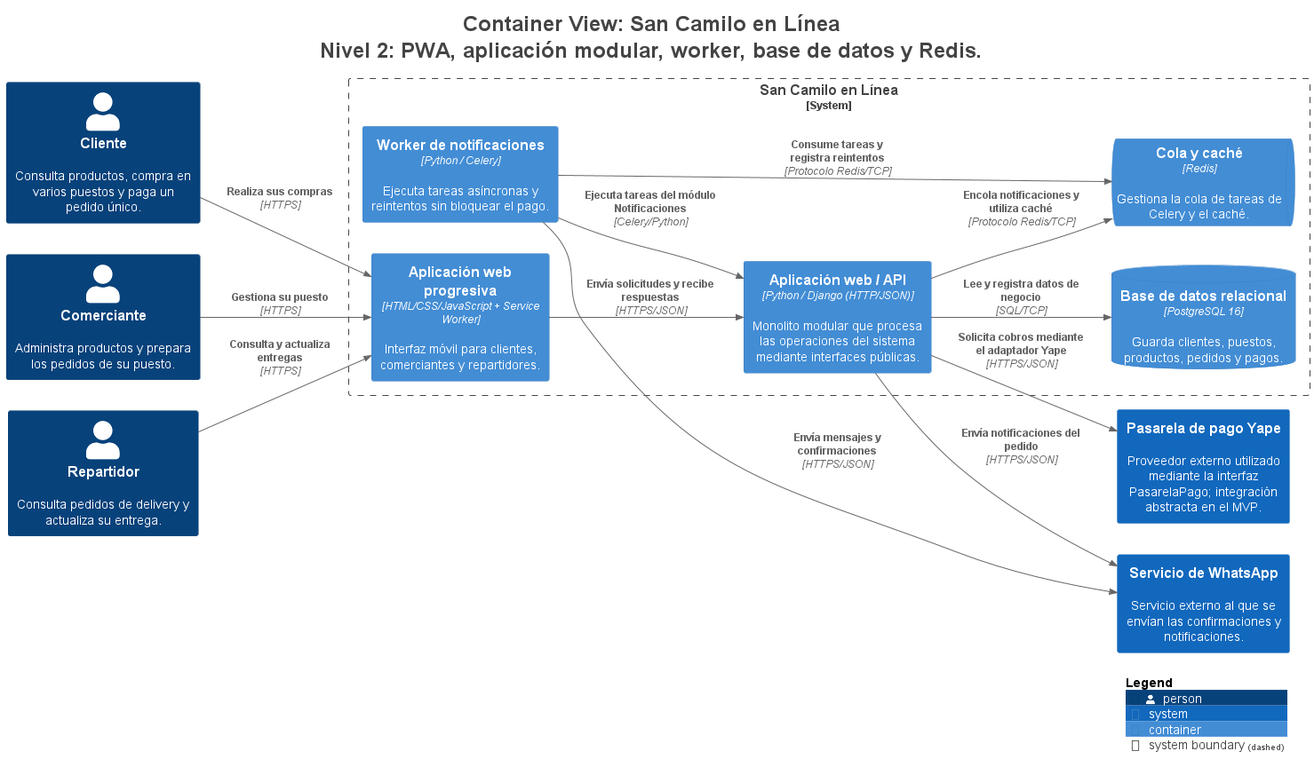
Above: docs/architecture/c4/img/Contenedores.png in paredes1234/cs-2026b-lab04-grupo07 (PlantUML), before the change. The source it was exported from:
```plantuml
@startuml
title <size:24>Container View: San Camilo en Línea</size>\n<size:24>Nivel 2: PWA, aplicación modular, worker, base de datos y Redis.</size>

set separator none
left to right direction

<style>
  root {
    BackgroundColor: #ffffff
    FontColor: #444444
  }
</style>

!include <C4/C4>
!include <C4/C4_Context>
!include <C4/C4_Container>

Person(Cliente, "Cliente", $descr="Consulta productos, compra en varios puestos y paga un pedido único.", $tags="", $link="")
Person(Comerciante, "Comerciante", $descr="Administra productos y prepara los pedidos de su puesto.", $tags="", $link="")
Person(Repartidor, "Repartidor", $descr="Consulta pedidos de delivery y actualiza su entrega.", $tags="", $link="")
System(PasareladepagoYape, "Pasarela de pago Yape", $descr="Proveedor externo utilizado mediante la interfaz PasarelaPago; integración abstracta en el MVP.", $tags="", $link="")
System(ServiciodeWhatsApp, "Servicio de WhatsApp", $descr="Servicio externo al que se envían las confirmaciones y notificaciones.", $tags="", $link="")

System_Boundary("SanCamiloenLínea_boundary", "San Camilo en Línea", $tags="") {
  Container(SanCamiloenLínea.Workerdenotificaciones, "Worker de notificaciones", $techn="Python / Celery", $descr="Ejecuta tareas asíncronas y reintentos sin bloquear el pago.", $tags="", $link="")
  ContainerDb(SanCamiloenLínea.Basededatosrelacional, "Base de datos relacional", $techn="PostgreSQL 16", $descr="Guarda clientes, puestos, productos, pedidos y pagos.", $tags="", $link="")
  ContainerQueue(SanCamiloenLínea.Colaycaché, "Cola y caché", $techn="Redis", $descr="Gestiona la cola de tareas de Celery y el caché.", $tags="", $link="")
  Container(SanCamiloenLínea.Aplicaciónwebprogresiva, "Aplicación web progresiva", $techn="HTML/CSS/JavaScript + Service Worker", $descr="Interfaz móvil para clientes, comerciantes y repartidores.", $tags="", $link="")
  Container(SanCamiloenLínea.AplicaciónwebAPI, "Aplicación web / API", $techn="Python / Django (HTTP/JSON)", $descr="Monolito modular que procesa las operaciones del sistema mediante interfaces públicas.", $tags="", $link="")
}

Rel(Cliente, SanCamiloenLínea.Aplicaciónwebprogresiva, "Realiza sus compras", $techn="HTTPS", $tags="", $link="")
Rel(Comerciante, SanCamiloenLínea.Aplicaciónwebprogresiva, "Gestiona su puesto", $techn="HTTPS", $tags="", $link="")
Rel(Repartidor, SanCamiloenLínea.Aplicaciónwebprogresiva, "Consulta y actualiza entregas", $techn="HTTPS", $tags="", $link="")
Rel(SanCamiloenLínea.Aplicaciónwebprogresiva, SanCamiloenLínea.AplicaciónwebAPI, "Envía solicitudes y recibe respuestas", $techn="HTTPS/JSON", $tags="", $link="")
Rel(SanCamiloenLínea.AplicaciónwebAPI, SanCamiloenLínea.Basededatosrelacional, "Lee y registra datos de negocio", $techn="SQL/TCP", $tags="", $link="")
Rel(SanCamiloenLínea.AplicaciónwebAPI, SanCamiloenLínea.Colaycaché, "Encola notificaciones y utiliza caché", $techn="Protocolo Redis/TCP", $tags="", $link="")
Rel(SanCamiloenLínea.Workerdenotificaciones, SanCamiloenLínea.Colaycaché, "Consume tareas y registra reintentos", $techn="Protocolo Redis/TCP", $tags="", $link="")
Rel(SanCamiloenLínea.Workerdenotificaciones, ServiciodeWhatsApp, "Envía mensajes y confirmaciones", $techn="HTTPS/JSON", $tags="", $link="")
Rel(SanCamiloenLínea.AplicaciónwebAPI, PasareladepagoYape, "Solicita cobros mediante el adaptador Yape", $techn="HTTPS/JSON", $tags="", $link="")
Rel(SanCamiloenLínea.Workerdenotificaciones, SanCamiloenLínea.AplicaciónwebAPI, "Ejecuta tareas del módulo Notificaciones", $techn="Celery/Python", $tags="", $link="")
Rel(SanCamiloenLínea.AplicaciónwebAPI, ServiciodeWhatsApp, "Envía notificaciones del pedido", $techn="HTTPS/JSON", $tags="", $link="")

SHOW_LEGEND(true)
hide stereotypes
@enduml
```
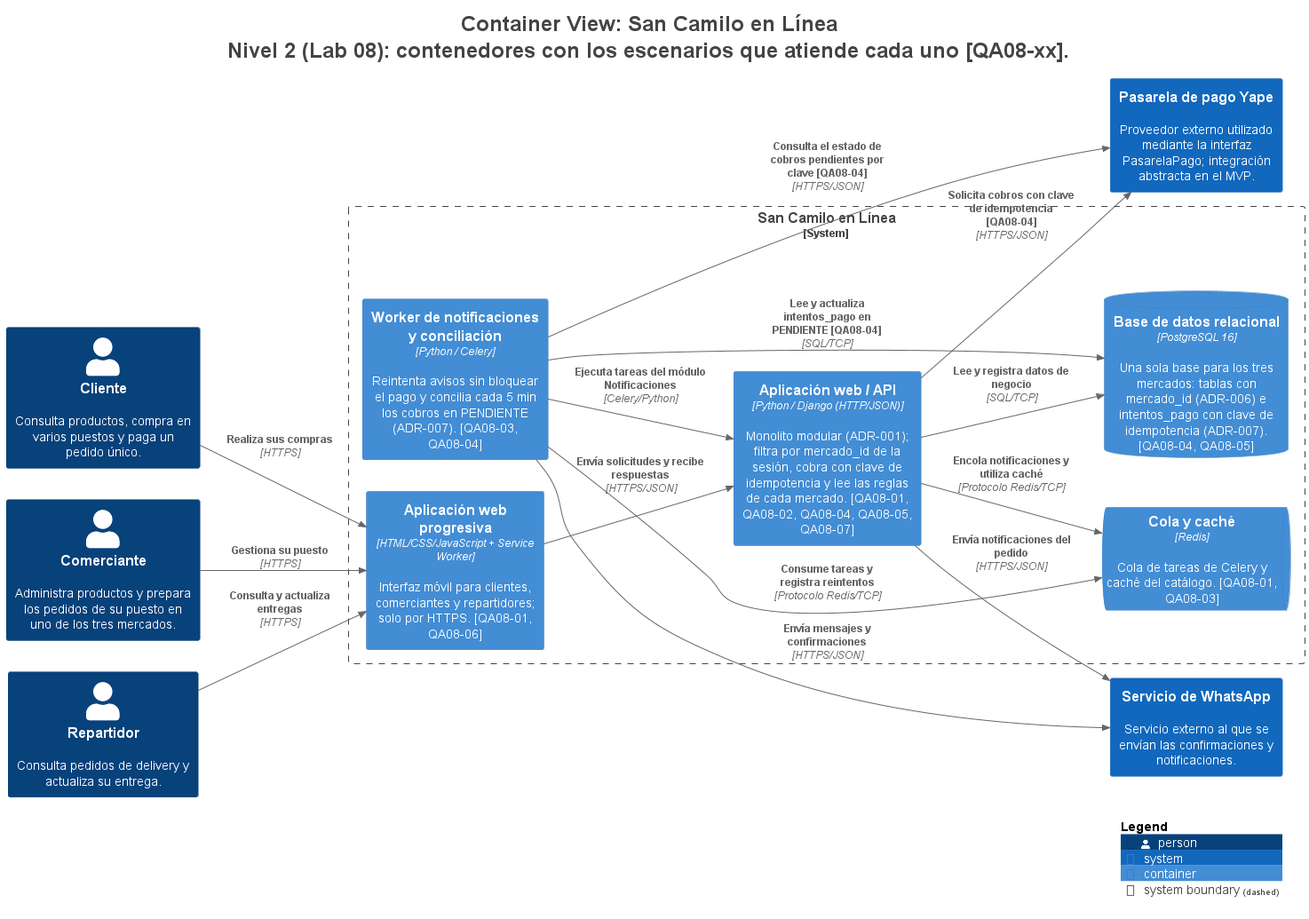
The same file after the commit.

The edit, as a diff of the source:
```diff
@@ -1,5 +1,5 @@
 @startuml
-title <size:24>Container View: San Camilo en Línea</size>\n<size:24>Nivel 2: PWA, aplicación modular, worker, base de datos y Redis.</size>
+title <size:24>Container View: San Camilo en Línea</size>\n<size:24>Nivel 2 (Lab 08): contenedores con los escenarios que atiende cada uno [QA08-xx].</size>
 
 set separator none
 left to right direction
@@ -16,17 +16,17 @@
 !include <C4/C4_Container>
 
 Person(Cliente, "Cliente", $descr="Consulta productos, compra en varios puestos y paga un pedido único.", $tags="", $link="")
-Person(Comerciante, "Comerciante", $descr="Administra productos y prepara los pedidos de su puesto.", $tags="", $link="")
+Person(Comerciante, "Comerciante", $descr="Administra productos y prepara los pedidos de su puesto en uno de los tres mercados.", $tags="", $link="")
 Person(Repartidor, "Repartidor", $descr="Consulta pedidos de delivery y actualiza su entrega.", $tags="", $link="")
 System(PasareladepagoYape, "Pasarela de pago Yape", $descr="Proveedor externo utilizado mediante la interfaz PasarelaPago; integración abstracta en el MVP.", $tags="", $link="")
 System(ServiciodeWhatsApp, "Servicio de WhatsApp", $descr="Servicio externo al que se envían las confirmaciones y notificaciones.", $tags="", $link="")
 
 System_Boundary("SanCamiloenLínea_boundary", "San Camilo en Línea", $tags="") {
-  Container(SanCamiloenLínea.Workerdenotificaciones, "Worker de notificaciones", $techn="Python / Celery", $descr="Ejecuta tareas asíncronas y reintentos sin bloquear el pago.", $tags="", $link="")
-  ContainerDb(SanCamiloenLínea.Basededatosrelacional, "Base de datos relacional", $techn="PostgreSQL 16", $descr="Guarda clientes, puestos, productos, pedidos y pagos.", $tags="", $link="")
-  ContainerQueue(SanCamiloenLínea.Colaycaché, "Cola y caché", $techn="Redis", $descr="Gestiona la cola de tareas de Celery y el caché.", $tags="", $link="")
-  Container(SanCamiloenLínea.Aplicaciónwebprogresiva, "Aplicación web progresiva", $techn="HTML/CSS/JavaScript + Service Worker", $descr="Interfaz móvil para clientes, comerciantes y repartidores.", $tags="", $link="")
-  Container(SanCamiloenLínea.AplicaciónwebAPI, "Aplicación web / API", $techn="Python / Django (HTTP/JSON)", $descr="Monolito modular que procesa las operaciones del sistema mediante interfaces públicas.", $tags="", $link="")
+  Container(SanCamiloenLínea.Workerdenotificacionesyconciliación, "Worker de notificaciones y conciliación", $techn="Python / Celery", $descr="Reintenta avisos sin bloquear el pago y concilia cada 5 min los cobros en PENDIENTE (ADR-007). [QA08-03, QA08-04]", $tags="", $link="")
+  ContainerDb(SanCamiloenLínea.Basededatosrelacional, "Base de datos relacional", $techn="PostgreSQL 16", $descr="Una sola base para los tres mercados: tablas con mercado_id (ADR-006) e intentos_pago con clave de idempotencia (ADR-007). [QA08-04, QA08-05]", $tags="", $link="")
+  ContainerQueue(SanCamiloenLínea.Colaycaché, "Cola y caché", $techn="Redis", $descr="Cola de tareas de Celery y caché del catálogo. [QA08-01, QA08-03]", $tags="", $link="")
+  Container(SanCamiloenLínea.Aplicaciónwebprogresiva, "Aplicación web progresiva", $techn="HTML/CSS/JavaScript + Service Worker", $descr="Interfaz móvil para clientes, comerciantes y repartidores; solo por HTTPS. [QA08-01, QA08-06]", $tags="", $link="")
+  Container(SanCamiloenLínea.AplicaciónwebAPI, "Aplicación web / API", $techn="Python / Django (HTTP/JSON)", $descr="Monolito modular (ADR-001); filtra por mercado_id de la sesión, cobra con clave de idempotencia y lee las reglas de cada mercado. [QA08-01, QA08-02, QA08-04, QA08-05, QA08-07]", $tags="", $link="")
 }
 
 Rel(Cliente, SanCamiloenLínea.Aplicaciónwebprogresiva, "Realiza sus compras", $techn="HTTPS", $tags="", $link="")
@@ -35,10 +35,12 @@
 Rel(SanCamiloenLínea.Aplicaciónwebprogresiva, SanCamiloenLínea.AplicaciónwebAPI, "Envía solicitudes y recibe respuestas", $techn="HTTPS/JSON", $tags="", $link="")
 Rel(SanCamiloenLínea.AplicaciónwebAPI, SanCamiloenLínea.Basededatosrelacional, "Lee y registra datos de negocio", $techn="SQL/TCP", $tags="", $link="")
 Rel(SanCamiloenLínea.AplicaciónwebAPI, SanCamiloenLínea.Colaycaché, "Encola notificaciones y utiliza caché", $techn="Protocolo Redis/TCP", $tags="", $link="")
-Rel(SanCamiloenLínea.Workerdenotificaciones, SanCamiloenLínea.Colaycaché, "Consume tareas y registra reintentos", $techn="Protocolo Redis/TCP", $tags="", $link="")
-Rel(SanCamiloenLínea.Workerdenotificaciones, ServiciodeWhatsApp, "Envía mensajes y confirmaciones", $techn="HTTPS/JSON", $tags="", $link="")
-Rel(SanCamiloenLínea.AplicaciónwebAPI, PasareladepagoYape, "Solicita cobros mediante el adaptador Yape", $techn="HTTPS/JSON", $tags="", $link="")
-Rel(SanCamiloenLínea.Workerdenotificaciones, SanCamiloenLínea.AplicaciónwebAPI, "Ejecuta tareas del módulo Notificaciones", $techn="Celery/Python", $tags="", $link="")
+Rel(SanCamiloenLínea.Workerdenotificacionesyconciliación, SanCamiloenLínea.Colaycaché, "Consume tareas y registra reintentos", $techn="Protocolo Redis/TCP", $tags="", $link="")
+Rel(SanCamiloenLínea.Workerdenotificacionesyconciliación, ServiciodeWhatsApp, "Envía mensajes y confirmaciones", $techn="HTTPS/JSON", $tags="", $link="")
+Rel(SanCamiloenLínea.AplicaciónwebAPI, PasareladepagoYape, "Solicita cobros con clave de idempotencia [QA08-04]", $techn="HTTPS/JSON", $tags="", $link="")
+Rel(SanCamiloenLínea.Workerdenotificacionesyconciliación, SanCamiloenLínea.Basededatosrelacional, "Lee y actualiza intentos_pago en PENDIENTE [QA08-04]", $techn="SQL/TCP", $tags="", $link="")
+Rel(SanCamiloenLínea.Workerdenotificacionesyconciliación, PasareladepagoYape, "Consulta el estado de cobros pendientes por clave [QA08-04]", $techn="HTTPS/JSON", $tags="", $link="")
+Rel(SanCamiloenLínea.Workerdenotificacionesyconciliación, SanCamiloenLínea.AplicaciónwebAPI, "Ejecuta tareas del módulo Notificaciones", $techn="Celery/Python", $tags="", $link="")
 Rel(SanCamiloenLínea.AplicaciónwebAPI, ServiciodeWhatsApp, "Envía notificaciones del pedido", $techn="HTTPS/JSON", $tags="", $link="")
 
 SHOW_LEGEND(true)
```
